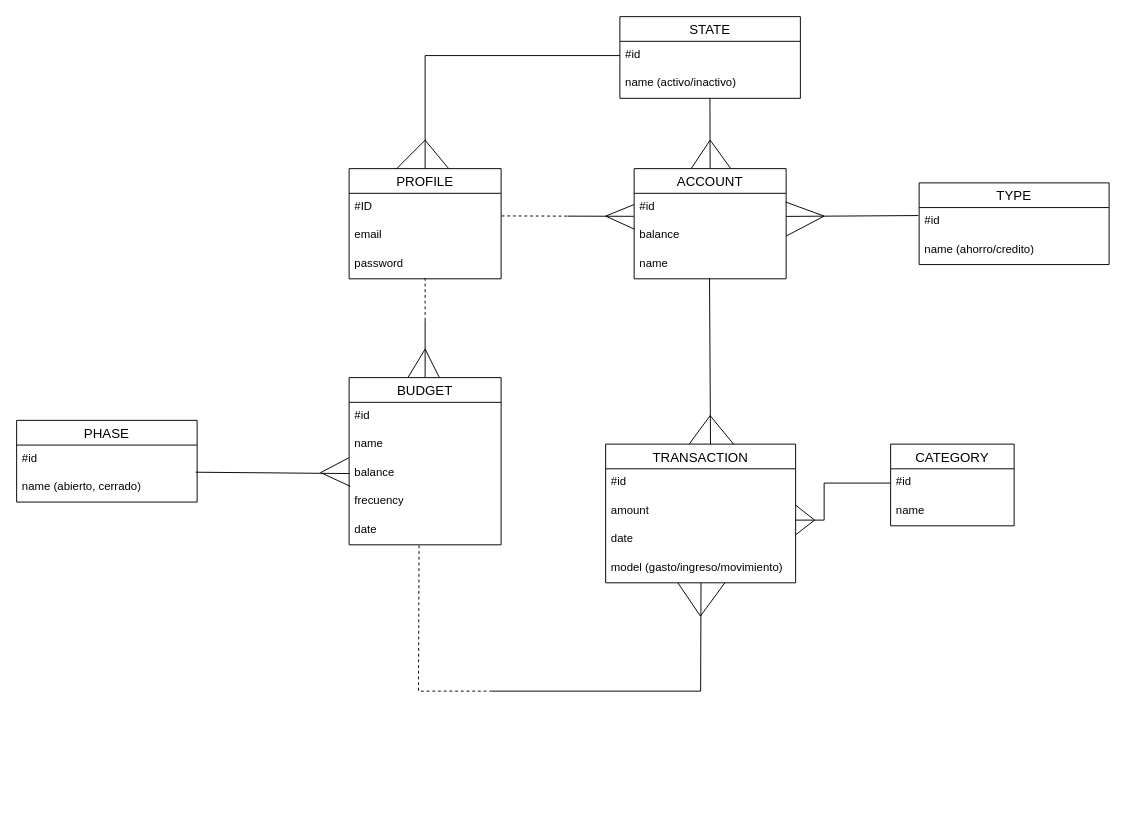
Before: mer.drawio in CristianGiVi/Proyect-bank, a draw.io diagram. Source tidied: cells renumbered, new cells numbered last; positions are measured from the earlier drawing's top-left corner, leaving out a move shared by most shapes. Both pictures are drawn from the tidied source at 95%, with x=0, y=0 at pixel (16, 16).
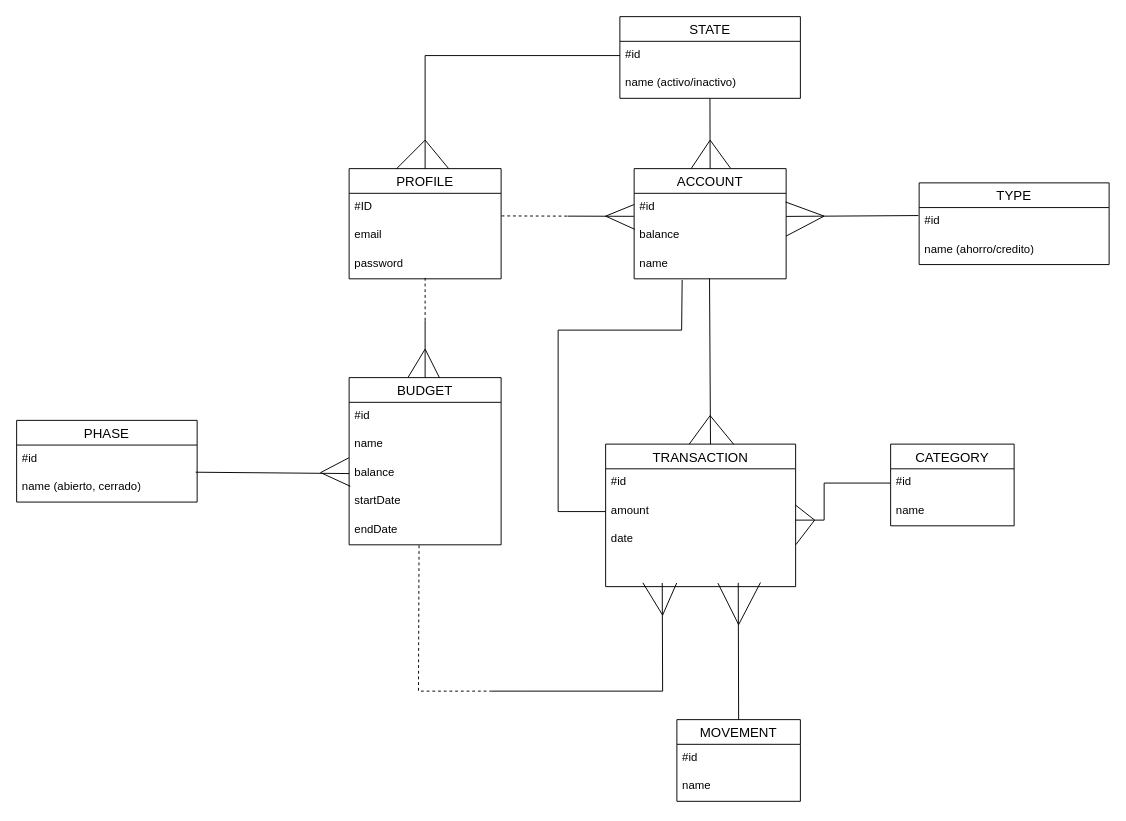
The same page after the edit.

The change refers to these unchanged cells:
```xml
<mxCell id="11" value="name" style="text;strokeColor=none;fillColor=none;spacingLeft=4;spacingRight=4;overflow=hidden;points=[[0,0.5],[1,0.5]];portConstraint=eastwest;fontSize=12;whiteSpace=wrap;html=1;" parent="6" vertex="1">
  <mxGeometry y="86" width="160" height="30" as="geometry" />
</mxCell>
<mxCell id="12" value="BUDGET" style="swimlane;fontStyle=0;horizontal=1;startSize=26;align=center;fontSize=14;" parent="1" vertex="1">
  <mxGeometry x="350" y="380" width="160" height="176" as="geometry" />
</mxCell>
<mxCell id="21" value="amount" style="text;strokeColor=none;fillColor=none;spacingLeft=4;spacingRight=4;overflow=hidden;points=[[0,0.5],[1,0.5]];portConstraint=eastwest;fontSize=12;whiteSpace=wrap;html=1;" parent="19" vertex="1">
  <mxGeometry y="56" width="200" height="30" as="geometry" />
</mxCell>
```

Change to the diagram source:
```diff
@@
-    <mxCell id="16" value="frecuency" style="text;strokeColor=none;fillColor=none;spacingLeft=4;spacingRight=4;overflow=hidden;points=[[0,0.5],[1,0.5]];portConstraint=eastwest;fontSize=12;whiteSpace=wrap;html=1;" parent="12" vertex="1">
+    <mxCell id="16" value="startDate" style="text;strokeColor=none;fillColor=none;spacingLeft=4;spacingRight=4;overflow=hidden;points=[[0,0.5],[1,0.5]];portConstraint=eastwest;fontSize=12;whiteSpace=wrap;html=1;" parent="12" vertex="1">
       <mxGeometry y="116" width="160" height="30" as="geometry" />
     </mxCell>
-    <mxCell id="17" value="date" style="text;strokeColor=none;fillColor=none;spacingLeft=4;spacingRight=4;overflow=hidden;points=[[0,0.5],[1,0.5]];portConstraint=eastwest;fontSize=12;whiteSpace=wrap;html=1;" parent="12" vertex="1">
+    <mxCell id="17" value="endDate" style="text;strokeColor=none;fillColor=none;spacingLeft=4;spacingRight=4;overflow=hidden;points=[[0,0.5],[1,0.5]];portConstraint=eastwest;fontSize=12;whiteSpace=wrap;html=1;" parent="12" vertex="1">
       <mxGeometry y="146" width="160" height="30" as="geometry" />
     </mxCell>
@@
     <mxCell id="19" value="TRANSACTION" style="swimlane;fontStyle=0;horizontal=1;startSize=26;align=center;fontSize=14;fillColor=default;fillStyle=solid;" parent="1" vertex="1">
-      <mxGeometry x="620" y="450" width="200" height="146" as="geometry" />
+      <mxGeometry x="620" y="450" width="200" height="150" as="geometry" />
     </mxCell>
@@
     <mxCell id="22" value="date" style="text;strokeColor=none;fillColor=none;spacingLeft=4;spacingRight=4;overflow=hidden;points=[[0,0.5],[1,0.5]];portConstraint=eastwest;fontSize=12;whiteSpace=wrap;html=1;" parent="19" vertex="1">
-      <mxGeometry y="86" width="200" height="30" as="geometry" />
+      <mxGeometry y="86" width="200" height="64" as="geometry" />
     </mxCell>
@@
-    <mxCell id="24" value="model (gasto/ingreso/movimiento)" style="text;strokeColor=none;fillColor=none;spacingLeft=4;spacingRight=4;overflow=hidden;points=[[0,0.5],[1,0.5]];portConstraint=eastwest;fontSize=12;whiteSpace=wrap;html=1;" parent="19" vertex="1">
-      <mxGeometry y="116" width="200" height="30" as="geometry" />
-    </mxCell>
+    <mxCell id="54" style="endArrow=none;html=1;rounded=0;fontSize=12;startSize=8;endSize=8;exitX=0.196;exitY=1.001;exitDx=0;exitDy=0;exitPerimeter=0;entryX=0.374;entryY=1.005;entryDx=0;entryDy=0;entryPerimeter=0;" parent="19" edge="1">
+      <mxGeometry relative="1" as="geometry">
+        <mxPoint x="39.2" y="146" as="sourcePoint" />
+        <mxPoint x="74.8" y="146.2" as="targetPoint" />
+        <Array as="points">
+          <mxPoint x="60" y="180" />
+        </Array>
+      </mxGeometry>
+    </mxCell>
+    <mxCell id="55" style="endArrow=none;html=1;rounded=0;fontSize=12;startSize=8;endSize=8;exitX=0.591;exitY=1.01;exitDx=0;exitDy=0;exitPerimeter=0;entryX=0.815;entryY=0.991;entryDx=0;entryDy=0;entryPerimeter=0;" parent="19" edge="1">
+      <mxGeometry relative="1" as="geometry">
+        <mxPoint x="118.2" y="146.3" as="sourcePoint" />
+        <mxPoint x="163" y="145.7" as="targetPoint" />
+        <Array as="points">
+          <mxPoint x="140" y="190" />
+        </Array>
+      </mxGeometry>
+    </mxCell>
@@
-    <mxCell id="40" style="endArrow=none;html=1;rounded=0;entryX=0.502;entryY=1.008;entryDx=0;entryDy=0;entryPerimeter=0;" parent="1" edge="1" target="24">
+    <mxCell id="40" style="endArrow=none;html=1;rounded=0;entryX=0.298;entryY=1.005;entryDx=0;entryDy=0;entryPerimeter=0;" parent="1" edge="1">
       <mxGeometry relative="1" as="geometry">
         <mxPoint x="500" y="710" as="sourcePoint" />
+        <mxPoint x="679.6" y="596.2" as="targetPoint" />
         <Array as="points">
           <mxPoint x="530" y="710" />
-          <mxPoint x="720" y="710" />
+          <mxPoint x="680" y="710" />
         </Array>
       </mxGeometry>
     </mxCell>
@@
-    <mxCell id="42" style="endArrow=none;html=1;rounded=0;exitX=0.381;exitY=0.967;exitDx=0;exitDy=0;exitPerimeter=0;entryX=0.628;entryY=0.997;entryDx=0;entryDy=0;entryPerimeter=0;" parent="1" edge="1" target="24">
-      <mxGeometry relative="1" as="geometry">
-        <mxPoint x="696" y="596" as="sourcePoint" />
-        <Array as="points">
-          <mxPoint x="719.8" y="631" />
-        </Array>
-      </mxGeometry>
-    </mxCell>
@@
+    <mxCell id="56" style="endArrow=none;html=1;rounded=0;fontSize=12;startSize=8;endSize=8;exitX=0;exitY=0.5;exitDx=0;exitDy=0;entryX=0.316;entryY=1.038;entryDx=0;entryDy=0;entryPerimeter=0;" parent="1" edge="1" source="21" target="11">
+      <mxGeometry relative="1" as="geometry">
+        <Array as="points">
+          <mxPoint x="570" y="521" />
+          <mxPoint x="570" y="330" />
+          <mxPoint x="700" y="330" />
+        </Array>
+      </mxGeometry>
+    </mxCell>
+    <mxCell id="57" value="MOVEMENT" style="swimlane;fontStyle=0;horizontal=1;startSize=26;align=center;fontSize=14;fillColor=default;fillStyle=solid;" parent="1" vertex="1">
+      <mxGeometry x="695" y="740" width="130" height="86" as="geometry" />
+    </mxCell>
+    <mxCell id="58" value="#id" style="text;strokeColor=none;fillColor=none;spacingLeft=4;spacingRight=4;overflow=hidden;fontSize=12;whiteSpace=wrap;html=1;" parent="57" vertex="1">
+      <mxGeometry y="26" width="130" height="30" as="geometry" />
+    </mxCell>
+    <mxCell id="59" value="name" style="text;strokeColor=none;fillColor=none;spacingLeft=4;spacingRight=4;overflow=hidden;fontSize=12;whiteSpace=wrap;html=1;" parent="57" vertex="1">
+      <mxGeometry y="56" width="130" height="30" as="geometry" />
+    </mxCell>
+    <mxCell id="60" style="endArrow=none;html=1;rounded=0;fontSize=12;startSize=8;endSize=8;exitX=0.5;exitY=0;exitDx=0;exitDy=0;entryX=0.698;entryY=1;entryDx=0;entryDy=0;entryPerimeter=0;" parent="1" edge="1" source="57">
+      <mxGeometry relative="1" as="geometry">
+        <mxPoint x="759.6" y="596" as="targetPoint" />
+      </mxGeometry>
+    </mxCell>
```
